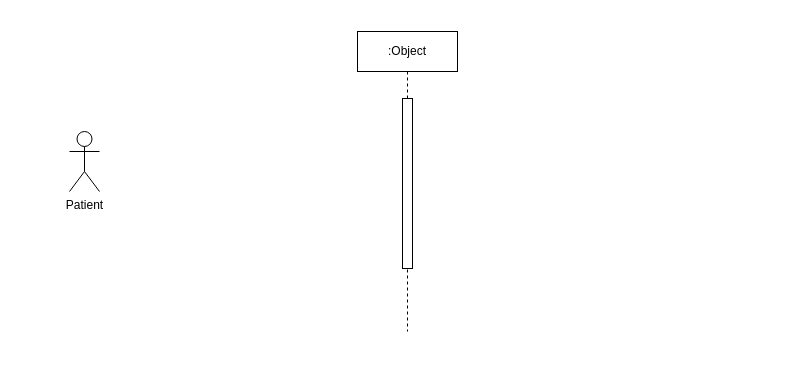
SENG-350-2024-fall/Team9 keeps this draw.io diagram as AmirWork/M2/P2_SequenceDiagram.drawio. Above is the earlier version. Source tidied: cells renumbered, new cells numbered last; positions are measured from the earlier drawing's top-left corner, leaving out a move shared by most shapes. Both pictures are drawn from the tidied source at 100%, with x=0, y=0 at pixel (69, 31).
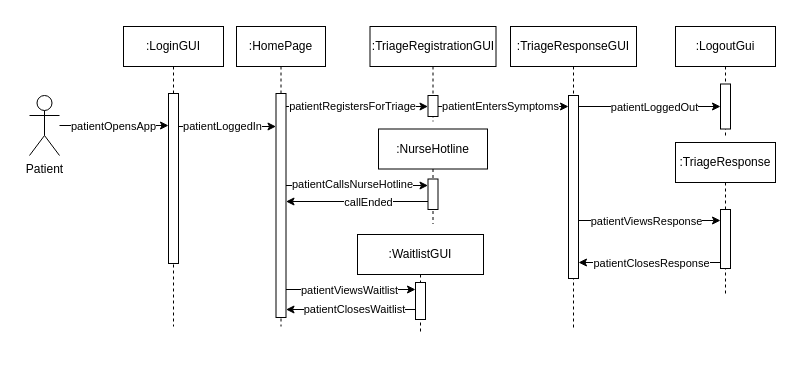
After the change.

The change refers to these unchanged cells:
```xml
<mxCell id="3" style="html=1;points=[];perimeter=orthogonalPerimeter;outlineConnect=0;targetShapes=umlLifeline;portConstraint=eastwest;newEdgeStyle={&quot;edgeStyle&quot;:&quot;elbowEdgeStyle&quot;,&quot;elbow&quot;:&quot;vertical&quot;,&quot;curved&quot;:0,&quot;rounded&quot;:0};" parent="2" vertex="1">
  <mxGeometry x="45" y="67" width="10" height="170" as="geometry" />
</mxCell>
```

Change to the diagram source:
```diff
@@
+    <mxCell id="5" style="rounded=0;whiteSpace=wrap;html=1;strokeColor=none;" parent="1" vertex="1">
+      <mxGeometry x="598" y="-14" width="120" height="332" as="geometry" />
+    </mxCell>
+    <mxCell id="6" style="rounded=0;whiteSpace=wrap;html=1;strokeColor=none;" parent="1" vertex="1">
+      <mxGeometry x="-52" y="-11" width="120" height="162" as="geometry" />
+    </mxCell>
-    <mxCell id="2" value=":Object" style="shape=umlLifeline;perimeter=lifelinePerimeter;whiteSpace=wrap;html=1;newEdgeStyle={&quot;edgeStyle&quot;:&quot;elbowEdgeStyle&quot;,&quot;elbow&quot;:&quot;vertical&quot;,&quot;curved&quot;:0,&quot;rounded&quot;:0};" parent="1" vertex="1">
-      <mxGeometry x="288" width="100" height="300" as="geometry" />
+    <mxCell id="2" value=":LoginGUI" style="shape=umlLifeline;perimeter=lifelinePerimeter;whiteSpace=wrap;html=1;newEdgeStyle={&quot;edgeStyle&quot;:&quot;elbowEdgeStyle&quot;,&quot;elbow&quot;:&quot;vertical&quot;,&quot;curved&quot;:0,&quot;rounded&quot;:0};" parent="1" vertex="1">
+      <mxGeometry x="54" y="-5" width="100" height="300" as="geometry" />
     </mxCell>
@@
+    <mxCell id="7" style="edgeStyle=orthogonalEdgeStyle;rounded=0;jettySize=auto;html=1;" parent="1" edge="1" source="4" target="3">
+      <mxGeometry relative="1" as="geometry">
+        <Array as="points">
+          <mxPoint x="70" y="94" />
+          <mxPoint x="70" y="94" />
+        </Array>
+      </mxGeometry>
+    </mxCell>
+    <mxCell id="8" value="patientOpensApp" style="edgeLabel;html=1;align=center;verticalAlign=middle;" parent="7" vertex="1">
+      <mxGeometry x="0.42" relative="1" as="geometry">
+        <mxPoint x="-24" as="offset" />
+      </mxGeometry>
+    </mxCell>
     <mxCell id="4" value="Patient" style="shape=umlActor;verticalLabelPosition=bottom;verticalAlign=top;html=1;outlineConnect=0;" parent="1" vertex="1">
-      <mxGeometry y="100" width="30" height="60" as="geometry" />
+      <mxGeometry x="-40" y="64" width="30" height="60" as="geometry" />
     </mxCell>
+    <mxCell id="9" value=":HomePage" style="shape=umlLifeline;perimeter=lifelinePerimeter;whiteSpace=wrap;html=1;newEdgeStyle={&quot;edgeStyle&quot;:&quot;elbowEdgeStyle&quot;,&quot;elbow&quot;:&quot;vertical&quot;,&quot;curved&quot;:0,&quot;rounded&quot;:0};" parent="1" vertex="1">
+      <mxGeometry x="167" y="-5" width="89" height="300" as="geometry" />
+    </mxCell>
+    <mxCell id="10" style="html=1;points=[];perimeter=orthogonalPerimeter;outlineConnect=0;targetShapes=umlLifeline;portConstraint=eastwest;newEdgeStyle={&quot;edgeStyle&quot;:&quot;elbowEdgeStyle&quot;,&quot;elbow&quot;:&quot;vertical&quot;,&quot;curved&quot;:0,&quot;rounded&quot;:0};" parent="9" vertex="1">
+      <mxGeometry x="39.5" y="67" width="10" height="224" as="geometry" />
+    </mxCell>
+    <mxCell id="11" style="edgeStyle=elbowEdgeStyle;rounded=0;jettySize=auto;html=1;elbow=vertical;curved=0;" parent="1" edge="1" source="3" target="10">
+      <mxGeometry relative="1" as="geometry">
+        <Array as="points">
+          <mxPoint x="172" y="95" />
+        </Array>
+      </mxGeometry>
+    </mxCell>
+    <mxCell id="12" value="patientLoggedIn" style="edgeLabel;html=1;align=center;verticalAlign=middle;" parent="11" vertex="1">
+      <mxGeometry x="0.28" y="2" relative="1" as="geometry">
+        <mxPoint x="-19" y="1" as="offset" />
+      </mxGeometry>
+    </mxCell>
+    <mxCell id="13" value=":TriageRegistrationGUI" style="shape=umlLifeline;perimeter=lifelinePerimeter;whiteSpace=wrap;html=1;newEdgeStyle={&quot;edgeStyle&quot;:&quot;elbowEdgeStyle&quot;,&quot;elbow&quot;:&quot;vertical&quot;,&quot;curved&quot;:0,&quot;rounded&quot;:0};" parent="1" vertex="1">
+      <mxGeometry x="300.5" y="-5" width="126" height="95" as="geometry" />
+    </mxCell>
+    <mxCell id="14" style="html=1;points=[];perimeter=orthogonalPerimeter;outlineConnect=0;targetShapes=umlLifeline;portConstraint=eastwest;newEdgeStyle={&quot;edgeStyle&quot;:&quot;elbowEdgeStyle&quot;,&quot;elbow&quot;:&quot;vertical&quot;,&quot;curved&quot;:0,&quot;rounded&quot;:0};" parent="13" vertex="1">
+      <mxGeometry x="58" y="69" width="10" height="21" as="geometry" />
+    </mxCell>
+    <mxCell id="15" value=":WaitlistGUI" style="shape=umlLifeline;perimeter=lifelinePerimeter;whiteSpace=wrap;html=1;newEdgeStyle={&quot;edgeStyle&quot;:&quot;elbowEdgeStyle&quot;,&quot;elbow&quot;:&quot;vertical&quot;,&quot;curved&quot;:0,&quot;rounded&quot;:0};" parent="1" vertex="1">
+      <mxGeometry x="288" y="203" width="126" height="97" as="geometry" />
+    </mxCell>
+    <mxCell id="16" style="html=1;points=[];perimeter=orthogonalPerimeter;outlineConnect=0;targetShapes=umlLifeline;portConstraint=eastwest;newEdgeStyle={&quot;edgeStyle&quot;:&quot;elbowEdgeStyle&quot;,&quot;elbow&quot;:&quot;vertical&quot;,&quot;curved&quot;:0,&quot;rounded&quot;:0};" parent="15" vertex="1">
+      <mxGeometry x="58" y="48" width="10" height="37" as="geometry" />
+    </mxCell>
+    <mxCell id="17" style="edgeStyle=elbowEdgeStyle;rounded=0;jettySize=auto;html=1;elbow=vertical;curved=0;" parent="1" edge="1" source="10" target="16">
+      <mxGeometry relative="1" as="geometry">
+        <Array as="points">
+          <mxPoint x="284" y="258" />
+        </Array>
+      </mxGeometry>
+    </mxCell>
+    <mxCell id="18" value="patientViewsWaitlist" style="edgeLabel;html=1;align=center;verticalAlign=middle;" parent="17" vertex="1">
+      <mxGeometry x="0.2" y="2" relative="1" as="geometry">
+        <mxPoint x="-15" y="2" as="offset" />
+      </mxGeometry>
+    </mxCell>
+    <mxCell id="19" style="edgeStyle=elbowEdgeStyle;rounded=0;jettySize=auto;html=1;elbow=vertical;curved=0;" parent="1" edge="1" source="16" target="10">
+      <mxGeometry relative="1" as="geometry">
+        <Array as="points">
+          <mxPoint x="277" y="278" />
+        </Array>
+      </mxGeometry>
+    </mxCell>
+    <mxCell id="20" value="patientClosesWaitlist" style="edgeLabel;html=1;align=center;verticalAlign=middle;" parent="19" vertex="1">
+      <mxGeometry x="0.36" relative="1" as="geometry">
+        <mxPoint x="26" y="-1" as="offset" />
+      </mxGeometry>
+    </mxCell>
+    <mxCell id="21" value=":NurseHotline" style="shape=umlLifeline;perimeter=lifelinePerimeter;whiteSpace=wrap;html=1;newEdgeStyle={&quot;edgeStyle&quot;:&quot;elbowEdgeStyle&quot;,&quot;elbow&quot;:&quot;vertical&quot;,&quot;curved&quot;:0,&quot;rounded&quot;:0};" parent="1" vertex="1">
+      <mxGeometry x="309" y="97.5" width="109" height="95" as="geometry" />
+    </mxCell>
+    <mxCell id="22" style="html=1;points=[];perimeter=orthogonalPerimeter;outlineConnect=0;targetShapes=umlLifeline;portConstraint=eastwest;newEdgeStyle={&quot;edgeStyle&quot;:&quot;elbowEdgeStyle&quot;,&quot;elbow&quot;:&quot;vertical&quot;,&quot;curved&quot;:0,&quot;rounded&quot;:0};" parent="21" vertex="1">
+      <mxGeometry x="49.5" y="50" width="10" height="30.5" as="geometry" />
+    </mxCell>
+    <mxCell id="23" style="edgeStyle=elbowEdgeStyle;rounded=0;jettySize=auto;html=1;elbow=vertical;curved=0;" parent="1" edge="1" source="10" target="22">
+      <mxGeometry relative="1" as="geometry">
+        <Array as="points">
+          <mxPoint x="291" y="154" />
+        </Array>
+      </mxGeometry>
+    </mxCell>
+    <mxCell id="24" value="patientCallsNurseHotline" style="edgeLabel;html=1;align=center;verticalAlign=middle;" parent="23" vertex="1">
+      <mxGeometry x="0.27" relative="1" as="geometry">
+        <mxPoint x="-24" y="-2" as="offset" />
+      </mxGeometry>
+    </mxCell>
+    <mxCell id="25" style="edgeStyle=elbowEdgeStyle;rounded=0;jettySize=auto;html=1;elbow=vertical;curved=0;" parent="1" edge="1" source="22" target="10">
+      <mxGeometry relative="1" as="geometry">
+        <Array as="points">
+          <mxPoint x="290" y="170" />
+        </Array>
+      </mxGeometry>
+    </mxCell>
+    <mxCell id="26" value="callEnded" style="edgeLabel;html=1;align=center;verticalAlign=middle;" parent="25" vertex="1">
+      <mxGeometry x="-0.15" relative="1" as="geometry" />
+    </mxCell>
+    <mxCell id="27" style="edgeStyle=elbowEdgeStyle;rounded=0;jettySize=auto;html=1;elbow=vertical;curved=0;" parent="1" edge="1" source="10" target="14">
+      <mxGeometry relative="1" as="geometry" />
+    </mxCell>
+    <mxCell id="28" value="patientRegistersForTriage" style="edgeLabel;html=1;align=center;verticalAlign=middle;" parent="27" vertex="1">
+      <mxGeometry x="0.16" y="-1" relative="1" as="geometry">
+        <mxPoint x="-16" y="-2" as="offset" />
+      </mxGeometry>
+    </mxCell>
+    <mxCell id="29" value=":TriageResponseGUI" style="shape=umlLifeline;perimeter=lifelinePerimeter;whiteSpace=wrap;html=1;newEdgeStyle={&quot;edgeStyle&quot;:&quot;elbowEdgeStyle&quot;,&quot;elbow&quot;:&quot;vertical&quot;,&quot;curved&quot;:0,&quot;rounded&quot;:0};" parent="1" vertex="1">
+      <mxGeometry x="441" y="-5" width="126" height="301" as="geometry" />
+    </mxCell>
+    <mxCell id="30" style="html=1;points=[];perimeter=orthogonalPerimeter;outlineConnect=0;targetShapes=umlLifeline;portConstraint=eastwest;newEdgeStyle={&quot;edgeStyle&quot;:&quot;elbowEdgeStyle&quot;,&quot;elbow&quot;:&quot;vertical&quot;,&quot;curved&quot;:0,&quot;rounded&quot;:0};" parent="29" vertex="1">
+      <mxGeometry x="58" y="69" width="10" height="183" as="geometry" />
+    </mxCell>
+    <mxCell id="31" style="edgeStyle=elbowEdgeStyle;rounded=0;jettySize=auto;html=1;elbow=vertical;curved=0;" parent="1" edge="1" source="14" target="30">
+      <mxGeometry relative="1" as="geometry" />
+    </mxCell>
+    <mxCell id="32" value="patientEntersSymptoms" style="edgeLabel;html=1;align=center;verticalAlign=middle;" parent="31" vertex="1">
+      <mxGeometry x="0.1" relative="1" as="geometry">
+        <mxPoint x="-10" y="-1" as="offset" />
+      </mxGeometry>
+    </mxCell>
+    <mxCell id="33" value=":TriageResponse" style="shape=umlLifeline;perimeter=lifelinePerimeter;whiteSpace=wrap;html=1;newEdgeStyle={&quot;edgeStyle&quot;:&quot;elbowEdgeStyle&quot;,&quot;elbow&quot;:&quot;vertical&quot;,&quot;curved&quot;:0,&quot;rounded&quot;:0};" parent="1" vertex="1">
+      <mxGeometry x="606" y="111" width="100" height="153" as="geometry" />
+    </mxCell>
+    <mxCell id="34" style="html=1;points=[];perimeter=orthogonalPerimeter;outlineConnect=0;targetShapes=umlLifeline;portConstraint=eastwest;newEdgeStyle={&quot;edgeStyle&quot;:&quot;elbowEdgeStyle&quot;,&quot;elbow&quot;:&quot;vertical&quot;,&quot;curved&quot;:0,&quot;rounded&quot;:0};" parent="33" vertex="1">
+      <mxGeometry x="45" y="67" width="10" height="59" as="geometry" />
+    </mxCell>
+    <mxCell id="35" style="edgeStyle=elbowEdgeStyle;rounded=0;jettySize=auto;html=1;elbow=vertical;curved=0;" parent="1" edge="1" source="30" target="34">
+      <mxGeometry relative="1" as="geometry">
+        <Array as="points">
+          <mxPoint x="644" y="189" />
+        </Array>
+      </mxGeometry>
+    </mxCell>
+    <mxCell id="36" value="patientViewsResponse" style="edgeLabel;html=1;align=center;verticalAlign=middle;" parent="35" vertex="1">
+      <mxGeometry x="0.17" relative="1" as="geometry">
+        <mxPoint x="-16" as="offset" />
+      </mxGeometry>
+    </mxCell>
+    <mxCell id="37" style="edgeStyle=elbowEdgeStyle;rounded=0;jettySize=auto;html=1;elbow=vertical;curved=0;" parent="1" edge="1" source="34" target="30">
+      <mxGeometry relative="1" as="geometry">
+        <Array as="points">
+          <mxPoint x="583" y="231" />
+        </Array>
+      </mxGeometry>
+    </mxCell>
+    <mxCell id="38" value="patientClosesResponse" style="edgeLabel;html=1;align=center;verticalAlign=middle;" parent="37" vertex="1">
+      <mxGeometry x="0.15" y="2" relative="1" as="geometry">
+        <mxPoint x="12" y="-2" as="offset" />
+      </mxGeometry>
+    </mxCell>
+    <mxCell id="39" value=":LogoutGui" style="shape=umlLifeline;perimeter=lifelinePerimeter;whiteSpace=wrap;html=1;newEdgeStyle={&quot;edgeStyle&quot;:&quot;elbowEdgeStyle&quot;,&quot;elbow&quot;:&quot;vertical&quot;,&quot;curved&quot;:0,&quot;rounded&quot;:0};" parent="1" vertex="1">
+      <mxGeometry x="606" y="-5" width="100" height="112" as="geometry" />
+    </mxCell>
+    <mxCell id="40" style="html=1;points=[];perimeter=orthogonalPerimeter;outlineConnect=0;targetShapes=umlLifeline;portConstraint=eastwest;newEdgeStyle={&quot;edgeStyle&quot;:&quot;elbowEdgeStyle&quot;,&quot;elbow&quot;:&quot;vertical&quot;,&quot;curved&quot;:0,&quot;rounded&quot;:0};" parent="39" vertex="1">
+      <mxGeometry x="45" y="57.5" width="10" height="45" as="geometry" />
+    </mxCell>
+    <mxCell id="41" style="edgeStyle=elbowEdgeStyle;rounded=0;jettySize=auto;html=1;elbow=vertical;curved=0;" parent="1" edge="1" source="30" target="40">
+      <mxGeometry relative="1" as="geometry">
+        <Array as="points">
+          <mxPoint x="568" y="75" />
+        </Array>
+      </mxGeometry>
+    </mxCell>
+    <mxCell id="42" value="patientLoggedOut" style="edgeLabel;html=1;align=center;verticalAlign=middle;" parent="41" vertex="1">
+      <mxGeometry x="0.2" relative="1" as="geometry">
+        <mxPoint x="-10" as="offset" />
+      </mxGeometry>
+    </mxCell>
```
